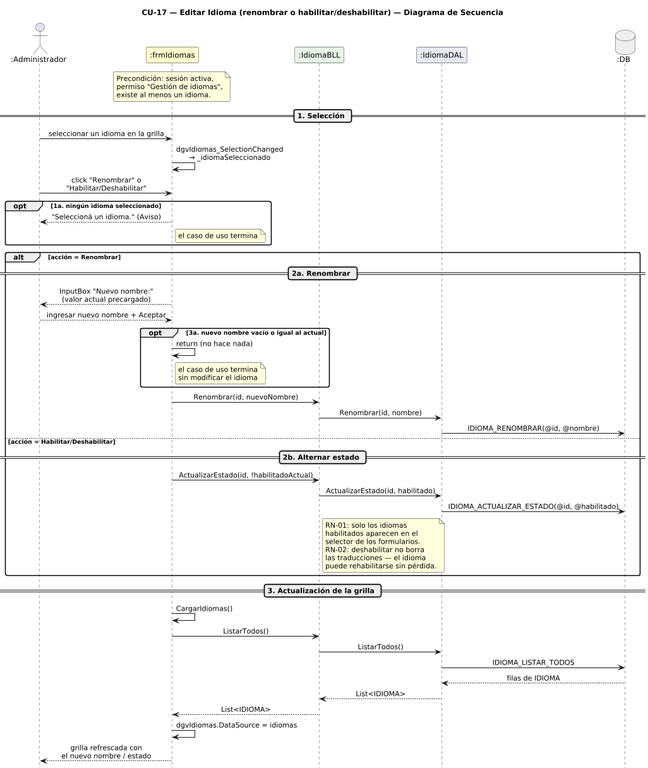
The PlantUML diagram DIAGRAMAS/DiagramaSecuencia_CU17_EditarIdioma.png in Jesifu/club-de-vinos-td, before a commit. Its source is kept beside it as DIAGRAMAS/DiagramaSecuencia_CU17_EditarIdioma.puml.
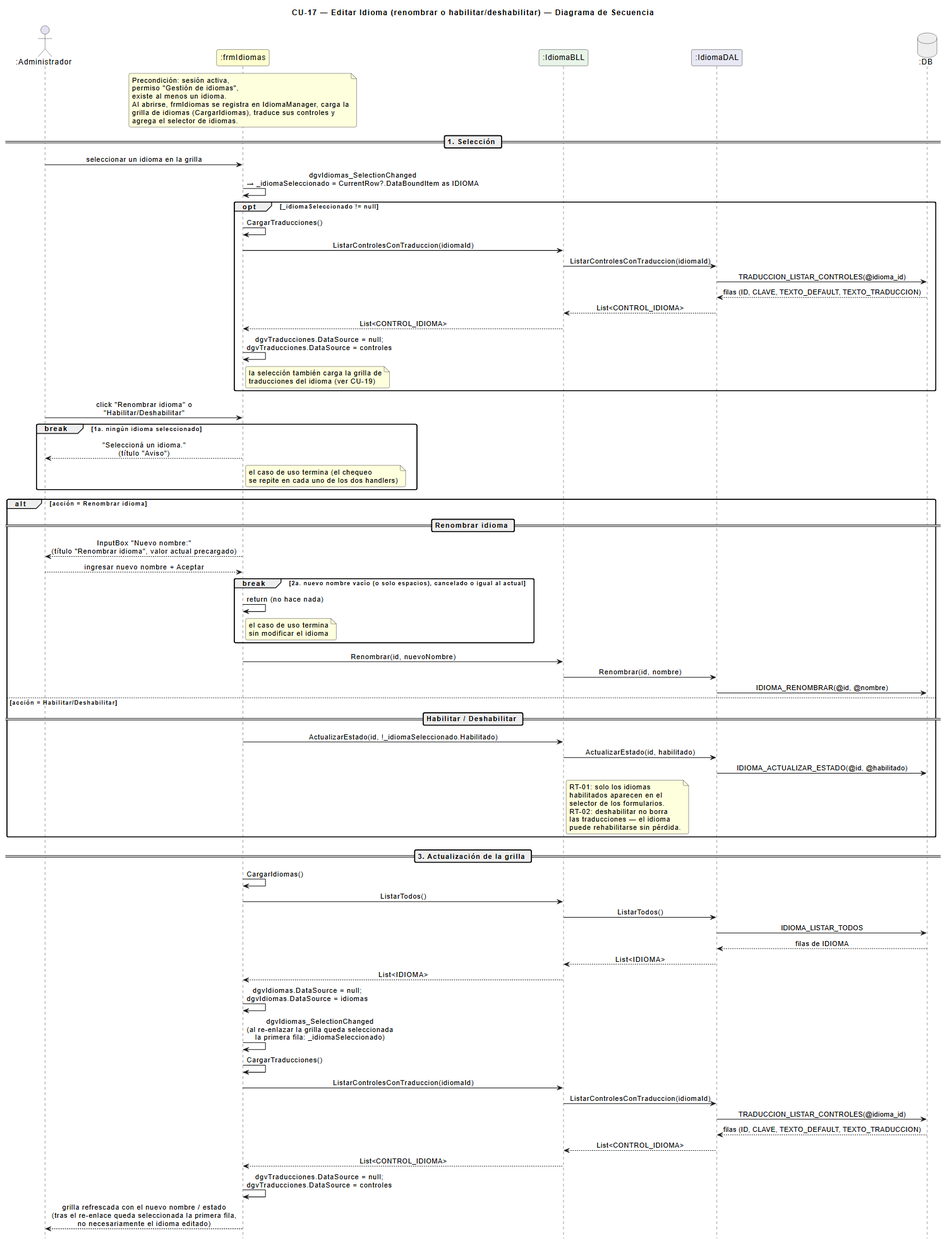
The same file after the commit.

What changed in the source:
```diff
@@ -19,28 +19,46 @@
   Precondición: sesión activa,
   permiso "Gestión de idiomas",
   existe al menos un idioma.
+  Al abrirse, frmIdiomas se registra en IdiomaManager, carga la
+  grilla de idiomas (CargarIdiomas), traduce sus controles y
+  agrega el selector de idiomas.
 end note
 
 == 1. Selección ==
 
 A -> FI : seleccionar un idioma en la grilla
-FI -> FI : dgvIdiomas_SelectionChanged\n→ _idiomaSeleccionado
+FI -> FI : dgvIdiomas_SelectionChanged\n→ _idiomaSeleccionado = CurrentRow?.DataBoundItem as IDIOMA
 
-A -> FI : click "Renombrar" o\n"Habilitar/Deshabilitar"
-
-opt 1a. ningún idioma seleccionado
-  FI --> A : "Seleccioná un idioma." (Aviso)
-  note right of FI : el caso de uso termina
+opt _idiomaSeleccionado != null
+  FI -> FI : CargarTraducciones()
+  FI -> IB : ListarControlesConTraduccion(idiomaId)
+  IB -> IDD : ListarControlesConTraduccion(idiomaId)
+  IDD -> DB : TRADUCCION_LISTAR_CONTROLES(@idioma_id)
+  DB --> IDD : filas (ID, CLAVE, TEXTO_DEFAULT, TEXTO_TRADUCCION)
+  IDD --> IB : List<CONTROL_IDIOMA>
+  IB --> FI : List<CONTROL_IDIOMA>
+  FI -> FI : dgvTraducciones.DataSource = null;\ndgvTraducciones.DataSource = controles
+  note right of FI : la selección también carga la grilla de\ntraducciones del idioma (ver CU-19)
 end
 
-alt acción = Renombrar
+A -> FI : click "Renombrar idioma" o\n"Habilitar/Deshabilitar"
 
-  == 2a. Renombrar ==
+break 1a. ningún idioma seleccionado
+  FI --> A : "Seleccioná un idioma."\n(título "Aviso")
+  note right of FI
+    el caso de uso termina (el chequeo
+    se repite en cada uno de los dos handlers)
+  end note
+end
 
-  FI --> A : InputBox "Nuevo nombre:"\n(valor actual precargado)
+alt acción = Renombrar idioma
+
+  == Renombrar idioma ==
+
+  FI --> A : InputBox "Nuevo nombre:"\n(título "Renombrar idioma", valor actual precargado)
   A --> FI : ingresar nuevo nombre + Aceptar
 
-  opt 3a. nuevo nombre vacío o igual al actual
+  break 2a. nuevo nombre vacío (o solo espacios), cancelado o igual al actual
     FI -> FI : return (no hace nada)
     note right of FI : el caso de uso termina\nsin modificar el idioma
   end
@@ -51,17 +69,17 @@
 
 else acción = Habilitar/Deshabilitar
 
-  == 2b. Alternar estado ==
+  == Habilitar / Deshabilitar ==
 
-  FI -> IB : ActualizarEstado(id, !habilitadoActual)
+  FI -> IB : ActualizarEstado(id, !_idiomaSeleccionado.Habilitado)
   IB -> IDD : ActualizarEstado(id, habilitado)
   IDD -> DB : IDIOMA_ACTUALIZAR_ESTADO(@id, @habilitado)
 
   note right of IB
-    RN-01: solo los idiomas
+    RT-01: solo los idiomas
     habilitados aparecen en el
     selector de los formularios.
-    RN-02: deshabilitar no borra
+    RT-02: deshabilitar no borra
     las traducciones — el idioma
     puede rehabilitarse sin pérdida.
   end note
@@ -76,7 +94,16 @@
 DB --> IDD : filas de IDIOMA
 IDD --> IB : List<IDIOMA>
 IB --> FI : List<IDIOMA>
-FI -> FI : dgvIdiomas.DataSource = idiomas
-FI --> A : grilla refrescada con\nel nuevo nombre / estado
+FI -> FI : dgvIdiomas.DataSource = null;\ndgvIdiomas.DataSource = idiomas
+FI -> FI : dgvIdiomas_SelectionChanged\n(al re-enlazar la grilla queda seleccionada\nla primera fila: _idiomaSeleccionado)
+FI -> FI : CargarTraducciones()
+FI -> IB : ListarControlesConTraduccion(idiomaId)
+IB -> IDD : ListarControlesConTraduccion(idiomaId)
+IDD -> DB : TRADUCCION_LISTAR_CONTROLES(@idioma_id)
+DB --> IDD : filas (ID, CLAVE, TEXTO_DEFAULT, TEXTO_TRADUCCION)
+IDD --> IB : List<CONTROL_IDIOMA>
+IB --> FI : List<CONTROL_IDIOMA>
+FI -> FI : dgvTraducciones.DataSource = null;\ndgvTraducciones.DataSource = controles
+FI --> A : grilla refrescada con el nuevo nombre / estado\n(tras el re-enlace queda seleccionada la primera fila,\nno necesariamente el idioma editado)
 
 @enduml
```
